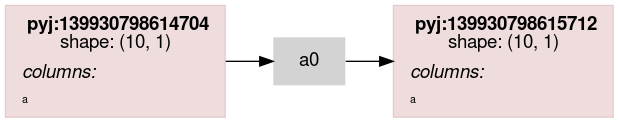
asmirnov69/pyjviz-poc keeps this Graphviz diagram as scripts/rdflog/a0.ttl.dot.png. Above is the earlier version. Its source is kept beside it as scripts/rdflog/a0.ttl.dot.
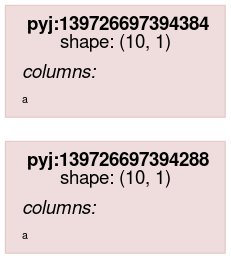
The same diagram one commit later.

What changed in the source:
```diff
@@ -14,7 +14,7 @@
                 color="#88000022"
                 shape = rect
                 label = <<table border="0" cellborder="0" cellspacing="0" cellpadding="4">
-                         <tr> <td> <b>pyj:139930798614704</b><br/>shape: (10, 1)</td> </tr>
+                         <tr> <td> <b>pyj:139726697394288</b><br/>shape: (10, 1)</td> </tr>
                          <tr> <td align="left"><i>columns:</i><br align="left"/></td></tr>
                 <tr><td align="left"><FONT POINT-SIZE="8px">a</FONT></td></tr>
                          </table>>
@@ -23,12 +23,12 @@
                 color="#88000022"
                 shape = rect
                 label = <<table border="0" cellborder="0" cellspacing="0" cellpadding="4">
-                         <tr> <td> <b>pyj:139930798615712</b><br/>shape: (10, 1)</td> </tr>
+                         <tr> <td> <b>pyj:139726697394384</b><br/>shape: (10, 1)</td> </tr>
                          <tr> <td align="left"><i>columns:</i><br align="left"/></td></tr>
                 <tr><td align="left"><FONT POINT-SIZE="8px">a</FONT></td></tr>
                          </table>>
                 ];
-node0_2 [ label = "a0" ];
-node0_0 -> node0_2;
-node0_2 -> node0_1;
+subgraph cluster_0 {
+label = "None";
 }
+}
```
